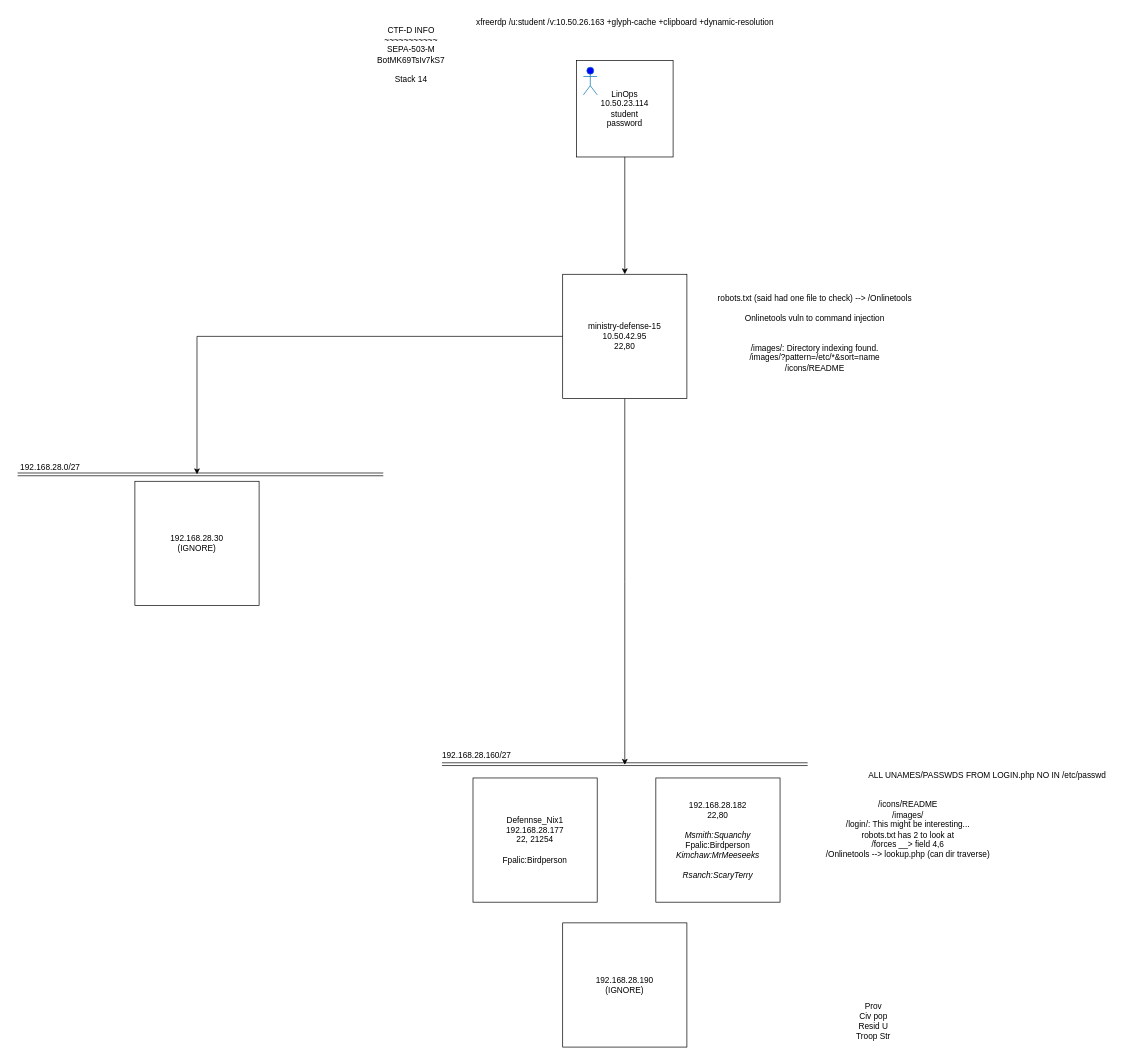
Above: Security/Seltzer/Untitled Diagram.drawio in TheWaltuh/COSC-Notes (draw.io), before the change. Source tidied: cells renumbered, new cells numbered last; positions are measured from the earlier drawing's top-left corner, leaving out a move shared by most shapes. Both pictures are drawn from the tidied source at 69%, with x=0, y=0 at pixel (12, 12).
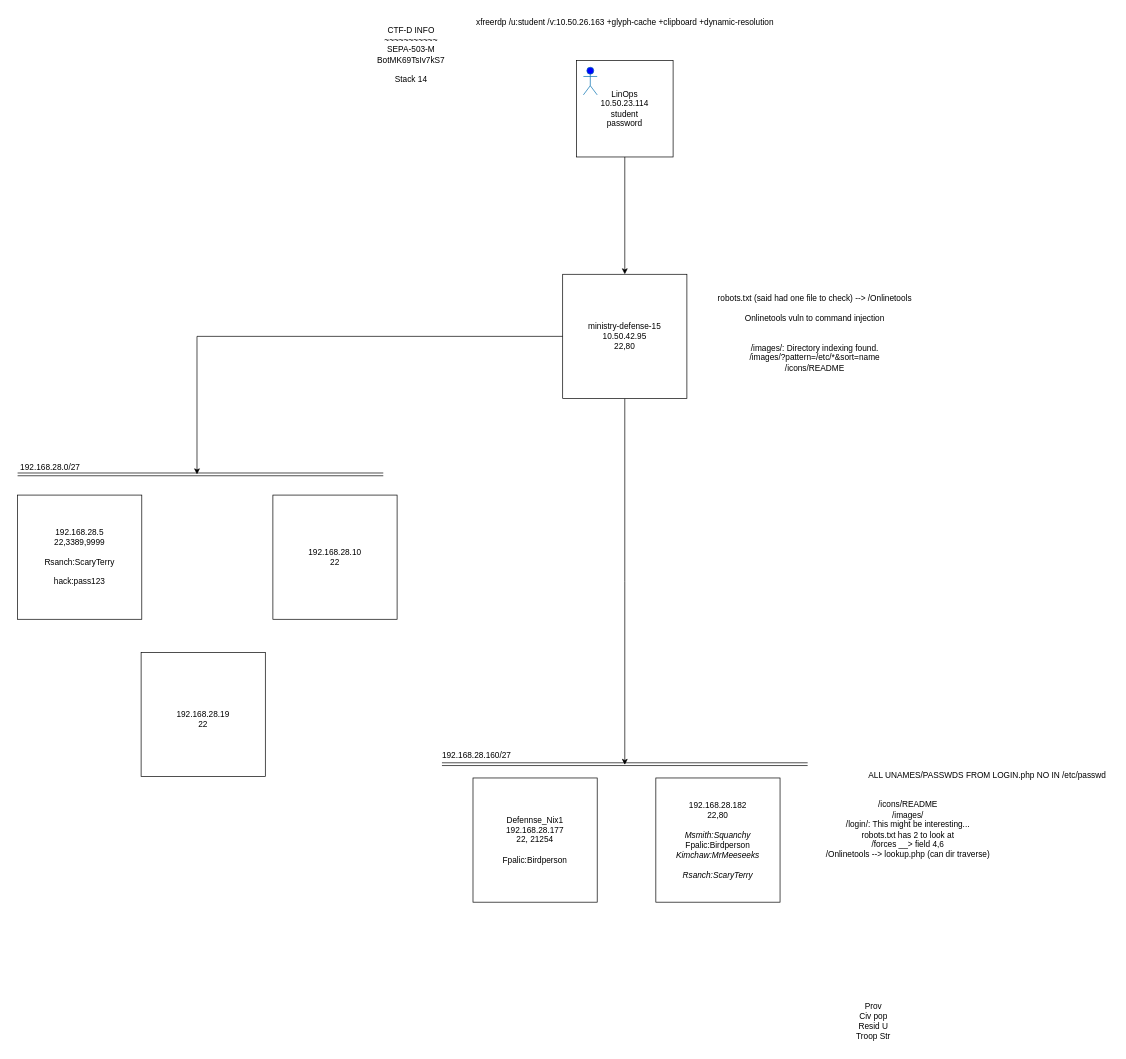
The same diagram, later.

Change to the diagram source:
```diff
@@
-    <mxCell id="18" value="192.168.28.190&lt;br&gt;(IGNORE)" style="whiteSpace=wrap;html=1;" parent="1" vertex="1">
-      <mxGeometry x="798" y="1320" width="180" height="180" as="geometry" />
-    </mxCell>
-    <mxCell id="19" value="192.168.28.30&lt;br&gt;(IGNORE)" style="whiteSpace=wrap;html=1;" parent="1" vertex="1">
-      <mxGeometry x="178" y="680" width="180" height="180" as="geometry" />
-    </mxCell>
@@
+    <mxCell id="23" value="192.168.28.5&lt;br&gt;22,3389,9999&lt;br&gt;&lt;br&gt;Rsanch:ScaryTerry&lt;br&gt;&lt;br&gt;hack:pass123" style="whiteSpace=wrap;html=1;" parent="1" vertex="1">
+      <mxGeometry x="8" y="700" width="180" height="180" as="geometry" />
+    </mxCell>
+    <mxCell id="24" value="&lt;br&gt;192.168.28.19&lt;br&gt;22" style="whiteSpace=wrap;html=1;" parent="1" vertex="1">
+      <mxGeometry x="187" y="928" width="180" height="180" as="geometry" />
+    </mxCell>
+    <mxCell id="25" value="192.168.28.10&lt;br&gt;22&lt;br&gt;" style="whiteSpace=wrap;html=1;" parent="1" vertex="1">
+      <mxGeometry x="378" y="700" width="180" height="180" as="geometry" />
+    </mxCell>
```
